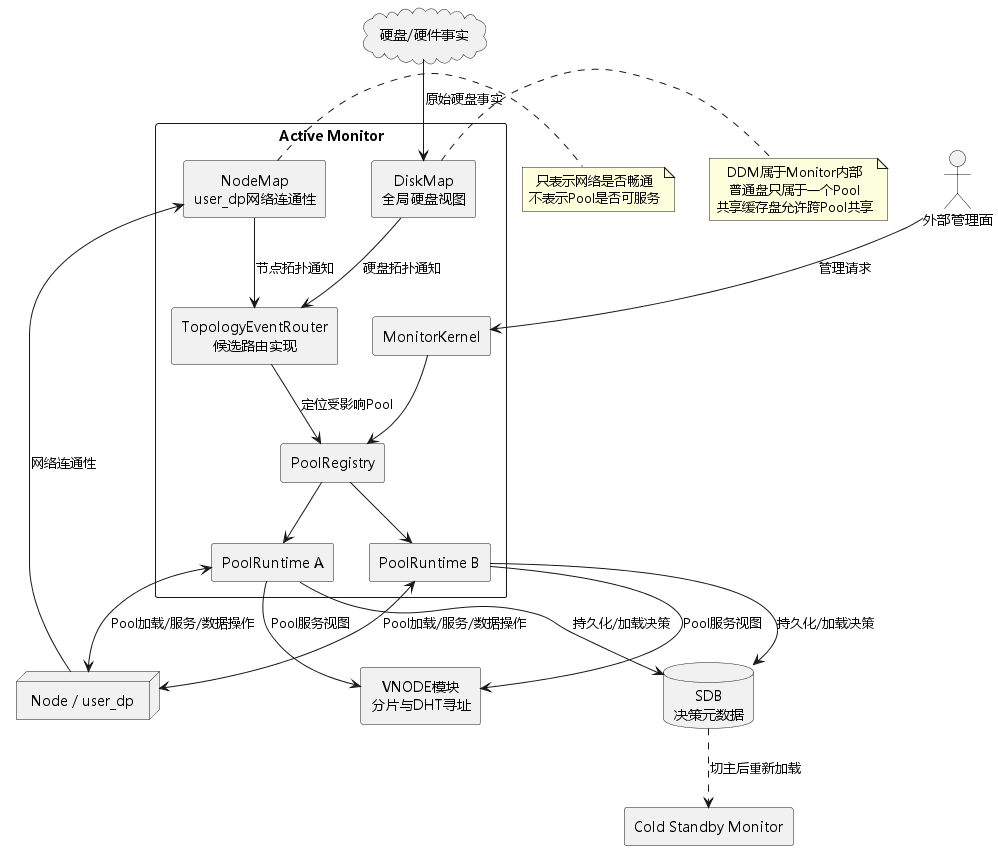
Earlier version of the PlantUML export pool-control-plane-baseline/assets/system-context.png (limushu/runtime).
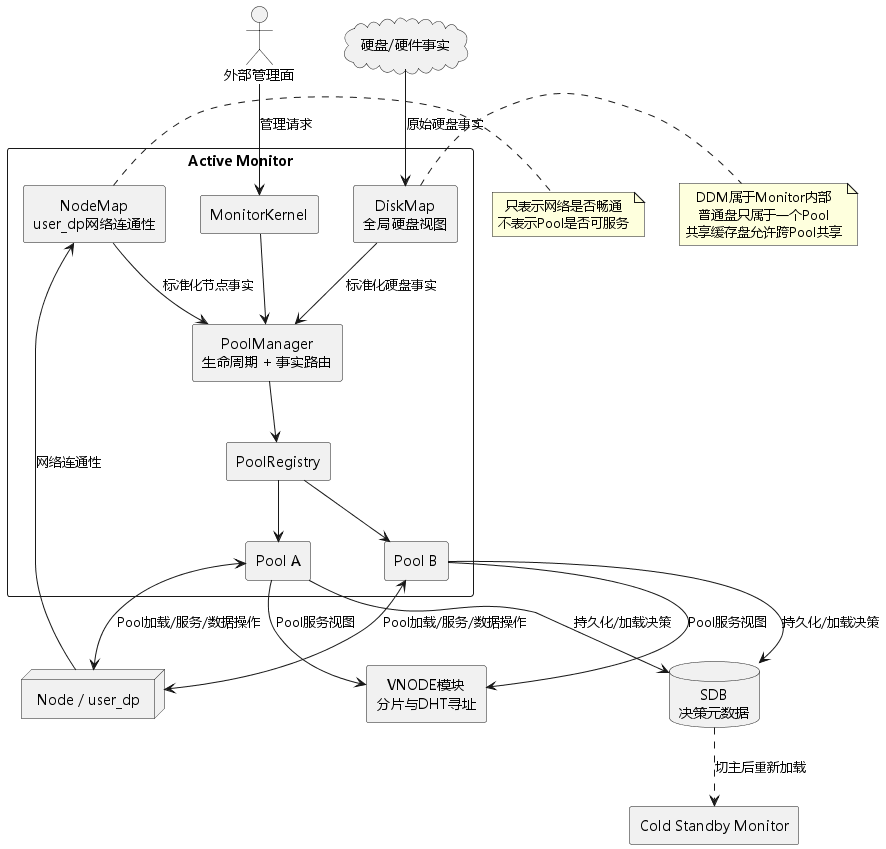
After the change.

Diff of the diagram source:
```diff
@@ -16,15 +16,15 @@
   component MonitorKernel as Kernel
   component "DiskMap\n全局硬盘视图" as DiskMap
   component "NodeMap\nuser_dp网络连通性" as NodeMap
-  component "TopologyEventRouter\n候选路由实现" as TopoRouter
+  component "PoolManager\n生命周期 + 事实路由" as PoolManager
   component PoolRegistry as Registry
-  component "PoolRuntime A" as PoolA
-  component "PoolRuntime B" as PoolB
+  component "Pool A" as PoolA
+  component "Pool B" as PoolB
 
-  Kernel --> Registry
-  DiskMap --> TopoRouter : 硬盘拓扑通知
-  NodeMap --> TopoRouter : 节点拓扑通知
-  TopoRouter --> Registry : 定位受影响Pool
+  Kernel --> PoolManager
+  PoolManager --> Registry
+  DiskMap --> PoolManager : 标准化硬盘事实
+  NodeMap --> PoolManager : 标准化节点事实
   Registry --> PoolA
   Registry --> PoolB
 }
```
